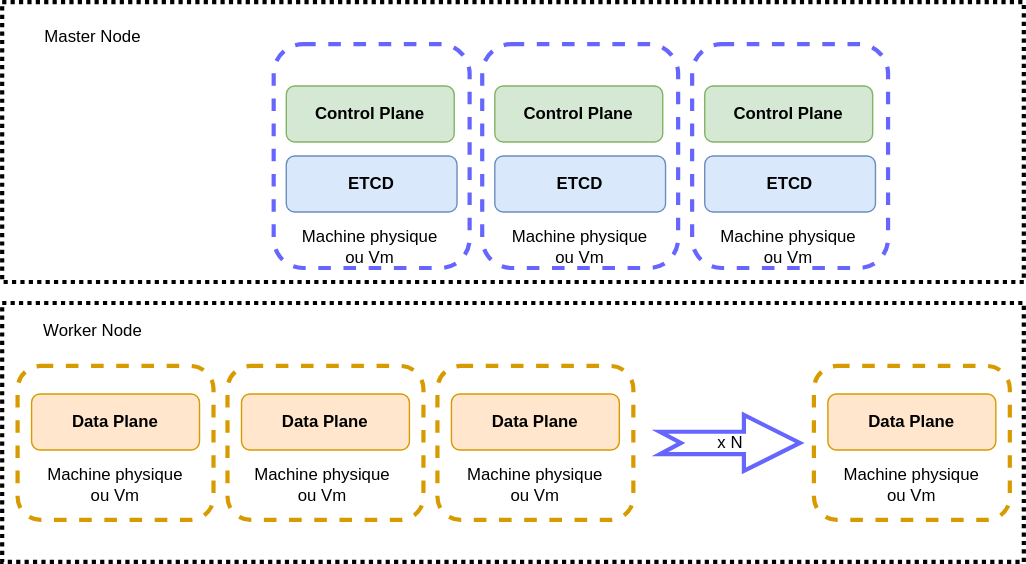
This is images/topologie-ha-K8S.drawio.svg from obeyler/Formation-K8S, a draw.io export, as it was before one commit. Source tidied: cells renumbered, new cells last; positions are measured from the earlier drawing's top-left corner, leaving out a move shared by most shapes. The source it was exported from:
```xml
<mxGraphModel>
  <root>
    <mxCell id="0" />
    <mxCell id="1" parent="0" />
    <mxCell id="2" value="&lt;b&gt;Control Plane&lt;br&gt;&lt;/b&gt;" style="rounded=1;whiteSpace=wrap;html=1;strokeColor=#82b366;fillColor=#d5e8d4;" parent="1" vertex="1">
      <mxGeometry x="203" y="60" width="120" height="40" as="geometry" />
    </mxCell>
    <mxCell id="3" value="&lt;b&gt;ETCD&lt;/b&gt;" style="rounded=1;whiteSpace=wrap;html=1;strokeColor=#6c8ebf;fillColor=#dae8fc;" parent="1" vertex="1">
      <mxGeometry x="203" y="110" width="122" height="40" as="geometry" />
    </mxCell>
    <mxCell id="4" value="&lt;b&gt;Data Plane&lt;br&gt;&lt;/b&gt;" style="rounded=1;whiteSpace=wrap;html=1;strokeColor=#d79b00;fillColor=#ffe6cc;" parent="1" vertex="1">
      <mxGeometry x="21" y="280" width="120" height="40" as="geometry" />
    </mxCell>
    <mxCell id="5" style="rounded=1;whiteSpace=wrap;html=1;dashed=1;strokeColor=#6666FF;strokeWidth=3;fillColor=none;gradientColor=#ffffff;align=center;" parent="1" vertex="1">
      <mxGeometry x="194" y="30" width="140" height="160" as="geometry" />
    </mxCell>
    <mxCell id="6" style="rounded=1;whiteSpace=wrap;html=1;dashed=1;strokeColor=#d79b00;strokeWidth=3;fillColor=none;align=left;" parent="1" vertex="1">
      <mxGeometry x="11" y="260" width="140" height="110" as="geometry" />
    </mxCell>
    <mxCell id="7" value="&lt;b&gt;Control Plane&lt;br&gt;&lt;/b&gt;" style="rounded=1;whiteSpace=wrap;html=1;strokeColor=#82b366;fillColor=#d5e8d4;" parent="1" vertex="1">
      <mxGeometry x="352" y="60" width="120" height="40" as="geometry" />
    </mxCell>
    <mxCell id="8" value="&lt;b&gt;ETCD&lt;/b&gt;" style="rounded=1;whiteSpace=wrap;html=1;strokeColor=#6c8ebf;fillColor=#dae8fc;" parent="1" vertex="1">
      <mxGeometry x="352" y="110" width="122" height="40" as="geometry" />
    </mxCell>
    <mxCell id="9" style="rounded=1;whiteSpace=wrap;html=1;dashed=1;strokeColor=#6666FF;strokeWidth=3;fillColor=none;gradientColor=#ffffff;align=left;" parent="1" vertex="1">
      <mxGeometry x="343" y="30" width="140" height="160" as="geometry" />
    </mxCell>
    <mxCell id="10" value="&lt;b&gt;Control Plane&lt;br&gt;&lt;/b&gt;" style="rounded=1;whiteSpace=wrap;html=1;strokeColor=#82b366;fillColor=#d5e8d4;" parent="1" vertex="1">
      <mxGeometry x="502" y="60" width="120" height="40" as="geometry" />
    </mxCell>
    <mxCell id="11" value="&lt;b&gt;ETCD&lt;/b&gt;" style="rounded=1;whiteSpace=wrap;html=1;strokeColor=#6c8ebf;fillColor=#dae8fc;" parent="1" vertex="1">
      <mxGeometry x="502" y="110" width="122" height="40" as="geometry" />
    </mxCell>
    <mxCell id="12" style="rounded=1;whiteSpace=wrap;html=1;dashed=1;strokeColor=#6666FF;strokeWidth=3;fillColor=none;gradientColor=#ffffff;align=left;" parent="1" vertex="1">
      <mxGeometry x="493" y="30" width="140" height="160" as="geometry" />
    </mxCell>
    <mxCell id="13" value="&lt;b&gt;Data Plane&lt;br&gt;&lt;/b&gt;" style="rounded=1;whiteSpace=wrap;html=1;strokeColor=#d79b00;fillColor=#ffe6cc;" parent="1" vertex="1">
      <mxGeometry x="171" y="280" width="120" height="40" as="geometry" />
    </mxCell>
    <mxCell id="14" style="rounded=1;whiteSpace=wrap;html=1;dashed=1;strokeColor=#d79b00;strokeWidth=3;fillColor=none;align=left;" parent="1" vertex="1">
      <mxGeometry x="161" y="260" width="140" height="110" as="geometry" />
    </mxCell>
    <mxCell id="15" value="&lt;b&gt;Data Plane&lt;br&gt;&lt;/b&gt;" style="rounded=1;whiteSpace=wrap;html=1;strokeColor=#d79b00;fillColor=#ffe6cc;" parent="1" vertex="1">
      <mxGeometry x="590" y="280" width="120" height="40" as="geometry" />
    </mxCell>
    <mxCell id="16" style="rounded=1;whiteSpace=wrap;html=1;dashed=1;strokeColor=#d79b00;strokeWidth=3;fillColor=none;align=left;" parent="1" vertex="1">
      <mxGeometry x="580" y="260" width="140" height="110" as="geometry" />
    </mxCell>
    <mxCell id="17" value="Master Node" style="text;html=1;strokeColor=none;fillColor=none;align=center;verticalAlign=middle;whiteSpace=wrap;rounded=0;dashed=1;" parent="1" vertex="1">
      <mxGeometry x="20" y="10" width="90" height="30" as="geometry" />
    </mxCell>
    <mxCell id="18" value="x N" style="html=1;shadow=0;dashed=0;align=center;verticalAlign=middle;shape=mxgraph.arrows2.arrow;dy=0.6;dx=40;notch=15;strokeColor=#6666FF;strokeWidth=3;fillColor=none;gradientColor=#ffffff;" parent="1" vertex="1">
      <mxGeometry x="470" y="295" width="100" height="40" as="geometry" />
    </mxCell>
    <mxCell id="19" value="Worker Node" style="text;html=1;strokeColor=none;fillColor=none;align=center;verticalAlign=middle;whiteSpace=wrap;rounded=0;dashed=1;" parent="1" vertex="1">
      <mxGeometry x="20" y="220" width="90" height="30" as="geometry" />
    </mxCell>
    <mxCell id="20" value="&lt;b&gt;Data Plane&lt;br&gt;&lt;/b&gt;" style="rounded=1;whiteSpace=wrap;html=1;strokeColor=#d79b00;fillColor=#ffe6cc;" parent="1" vertex="1">
      <mxGeometry x="321" y="280" width="120" height="40" as="geometry" />
    </mxCell>
    <mxCell id="21" style="rounded=1;whiteSpace=wrap;html=1;dashed=1;strokeColor=#d79b00;strokeWidth=3;fillColor=none;align=left;" parent="1" vertex="1">
      <mxGeometry x="311" y="260" width="140" height="110" as="geometry" />
    </mxCell>
    <mxCell id="22" value="Machine physique ou Vm" style="text;html=1;strokeColor=none;fillColor=none;align=center;verticalAlign=middle;whiteSpace=wrap;rounded=0;dashed=1;" parent="1" vertex="1">
      <mxGeometry x="213" y="160" width="100" height="30" as="geometry" />
    </mxCell>
    <mxCell id="23" value="Machine physique ou Vm" style="text;html=1;strokeColor=none;fillColor=none;align=center;verticalAlign=middle;whiteSpace=wrap;rounded=0;dashed=1;" parent="1" vertex="1">
      <mxGeometry x="363" y="160" width="100" height="30" as="geometry" />
    </mxCell>
    <mxCell id="24" value="Machine physique ou Vm" style="text;html=1;strokeColor=none;fillColor=none;align=center;verticalAlign=middle;whiteSpace=wrap;rounded=0;dashed=1;" parent="1" vertex="1">
      <mxGeometry x="512" y="160" width="100" height="30" as="geometry" />
    </mxCell>
    <mxCell id="25" value="Machine physique ou Vm" style="text;html=1;strokeColor=none;fillColor=none;align=center;verticalAlign=middle;whiteSpace=wrap;rounded=0;dashed=1;" parent="1" vertex="1">
      <mxGeometry x="31" y="330" width="100" height="30" as="geometry" />
    </mxCell>
    <mxCell id="26" value="Machine physique ou Vm" style="text;html=1;strokeColor=none;fillColor=none;align=center;verticalAlign=middle;whiteSpace=wrap;rounded=0;dashed=1;" parent="1" vertex="1">
      <mxGeometry x="179" y="330" width="100" height="30" as="geometry" />
    </mxCell>
    <mxCell id="27" value="Machine physique ou Vm" style="text;html=1;strokeColor=none;fillColor=none;align=center;verticalAlign=middle;whiteSpace=wrap;rounded=0;dashed=1;" parent="1" vertex="1">
      <mxGeometry x="331" y="330" width="100" height="30" as="geometry" />
    </mxCell>
    <mxCell id="28" value="Machine physique ou Vm" style="text;html=1;strokeColor=none;fillColor=none;align=center;verticalAlign=middle;whiteSpace=wrap;rounded=0;dashed=1;" parent="1" vertex="1">
      <mxGeometry x="600" y="330" width="100" height="30" as="geometry" />
    </mxCell>
    <mxCell id="29" style="rounded=0;whiteSpace=wrap;html=1;dashed=1;strokeWidth=3;align=left;dashPattern=1 1;fillColor=none;" parent="1" vertex="1">
      <mxGeometry width="730" height="200" as="geometry" />
    </mxCell>
    <mxCell id="30" style="rounded=0;whiteSpace=wrap;html=1;dashed=1;strokeWidth=3;align=left;dashPattern=1 1;fillColor=none;" parent="1" vertex="1">
      <mxGeometry y="215" width="730" height="185" as="geometry" />
    </mxCell>
  </root>
</mxGraphModel>
```
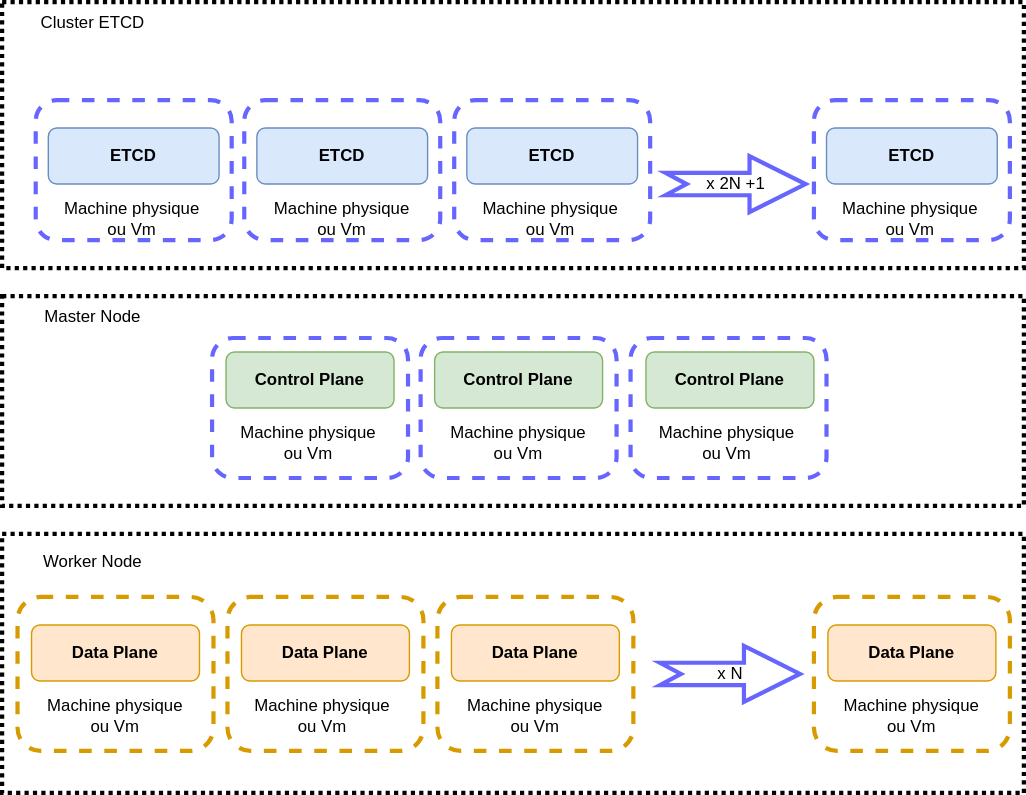
The same file after the commit.

The edit, as a diff of the source:
```diff
@@ -3,37 +3,28 @@
     <mxCell id="0" />
     <mxCell id="1" parent="0" />
     <mxCell id="2" value="&lt;b&gt;Control Plane&lt;br&gt;&lt;/b&gt;" style="rounded=1;whiteSpace=wrap;html=1;strokeColor=#82b366;fillColor=#d5e8d4;" parent="1" vertex="1">
-      <mxGeometry x="203" y="60" width="120" height="40" as="geometry" />
+      <mxGeometry x="160" y="85" width="120" height="40" as="geometry" />
     </mxCell>
-    <mxCell id="3" value="&lt;b&gt;ETCD&lt;/b&gt;" style="rounded=1;whiteSpace=wrap;html=1;strokeColor=#6c8ebf;fillColor=#dae8fc;" parent="1" vertex="1">
-      <mxGeometry x="203" y="110" width="122" height="40" as="geometry" />
-    </mxCell>
     <mxCell id="4" value="&lt;b&gt;Data Plane&lt;br&gt;&lt;/b&gt;" style="rounded=1;whiteSpace=wrap;html=1;strokeColor=#d79b00;fillColor=#ffe6cc;" parent="1" vertex="1">
       <mxGeometry x="21" y="280" width="120" height="40" as="geometry" />
     </mxCell>
     <mxCell id="5" style="rounded=1;whiteSpace=wrap;html=1;dashed=1;strokeColor=#6666FF;strokeWidth=3;fillColor=none;gradientColor=#ffffff;align=center;" parent="1" vertex="1">
-      <mxGeometry x="194" y="30" width="140" height="160" as="geometry" />
+      <mxGeometry x="150" y="75" width="140" height="100" as="geometry" />
     </mxCell>
     <mxCell id="6" style="rounded=1;whiteSpace=wrap;html=1;dashed=1;strokeColor=#d79b00;strokeWidth=3;fillColor=none;align=left;" parent="1" vertex="1">
       <mxGeometry x="11" y="260" width="140" height="110" as="geometry" />
     </mxCell>
     <mxCell id="7" value="&lt;b&gt;Control Plane&lt;br&gt;&lt;/b&gt;" style="rounded=1;whiteSpace=wrap;html=1;strokeColor=#82b366;fillColor=#d5e8d4;" parent="1" vertex="1">
-      <mxGeometry x="352" y="60" width="120" height="40" as="geometry" />
+      <mxGeometry x="309" y="85" width="120" height="40" as="geometry" />
     </mxCell>
-    <mxCell id="8" value="&lt;b&gt;ETCD&lt;/b&gt;" style="rounded=1;whiteSpace=wrap;html=1;strokeColor=#6c8ebf;fillColor=#dae8fc;" parent="1" vertex="1">
-      <mxGeometry x="352" y="110" width="122" height="40" as="geometry" />
-    </mxCell>
     <mxCell id="9" style="rounded=1;whiteSpace=wrap;html=1;dashed=1;strokeColor=#6666FF;strokeWidth=3;fillColor=none;gradientColor=#ffffff;align=left;" parent="1" vertex="1">
-      <mxGeometry x="343" y="30" width="140" height="160" as="geometry" />
+      <mxGeometry x="299" y="75" width="140" height="100" as="geometry" />
     </mxCell>
     <mxCell id="10" value="&lt;b&gt;Control Plane&lt;br&gt;&lt;/b&gt;" style="rounded=1;whiteSpace=wrap;html=1;strokeColor=#82b366;fillColor=#d5e8d4;" parent="1" vertex="1">
-      <mxGeometry x="502" y="60" width="120" height="40" as="geometry" />
+      <mxGeometry x="460" y="85" width="120" height="40" as="geometry" />
     </mxCell>
-    <mxCell id="11" value="&lt;b&gt;ETCD&lt;/b&gt;" style="rounded=1;whiteSpace=wrap;html=1;strokeColor=#6c8ebf;fillColor=#dae8fc;" parent="1" vertex="1">
-      <mxGeometry x="502" y="110" width="122" height="40" as="geometry" />
-    </mxCell>
     <mxCell id="12" style="rounded=1;whiteSpace=wrap;html=1;dashed=1;strokeColor=#6666FF;strokeWidth=3;fillColor=none;gradientColor=#ffffff;align=left;" parent="1" vertex="1">
-      <mxGeometry x="493" y="30" width="140" height="160" as="geometry" />
+      <mxGeometry x="449" y="75" width="140" height="100" as="geometry" />
     </mxCell>
     <mxCell id="13" value="&lt;b&gt;Data Plane&lt;br&gt;&lt;/b&gt;" style="rounded=1;whiteSpace=wrap;html=1;strokeColor=#d79b00;fillColor=#ffe6cc;" parent="1" vertex="1">
       <mxGeometry x="171" y="280" width="120" height="40" as="geometry" />
@@ -48,7 +39,7 @@
       <mxGeometry x="580" y="260" width="140" height="110" as="geometry" />
     </mxCell>
     <mxCell id="17" value="Master Node" style="text;html=1;strokeColor=none;fillColor=none;align=center;verticalAlign=middle;whiteSpace=wrap;rounded=0;dashed=1;" parent="1" vertex="1">
-      <mxGeometry x="20" y="10" width="90" height="30" as="geometry" />
+      <mxGeometry x="20" y="45" width="90" height="30" as="geometry" />
     </mxCell>
     <mxCell id="18" value="x N" style="html=1;shadow=0;dashed=0;align=center;verticalAlign=middle;shape=mxgraph.arrows2.arrow;dy=0.6;dx=40;notch=15;strokeColor=#6666FF;strokeWidth=3;fillColor=none;gradientColor=#ffffff;" parent="1" vertex="1">
       <mxGeometry x="470" y="295" width="100" height="40" as="geometry" />
@@ -63,13 +54,13 @@
       <mxGeometry x="311" y="260" width="140" height="110" as="geometry" />
     </mxCell>
     <mxCell id="22" value="Machine physique ou Vm" style="text;html=1;strokeColor=none;fillColor=none;align=center;verticalAlign=middle;whiteSpace=wrap;rounded=0;dashed=1;" parent="1" vertex="1">
-      <mxGeometry x="213" y="160" width="100" height="30" as="geometry" />
+      <mxGeometry x="169" y="135" width="100" height="30" as="geometry" />
     </mxCell>
     <mxCell id="23" value="Machine physique ou Vm" style="text;html=1;strokeColor=none;fillColor=none;align=center;verticalAlign=middle;whiteSpace=wrap;rounded=0;dashed=1;" parent="1" vertex="1">
-      <mxGeometry x="363" y="160" width="100" height="30" as="geometry" />
+      <mxGeometry x="319" y="135" width="100" height="30" as="geometry" />
     </mxCell>
     <mxCell id="24" value="Machine physique ou Vm" style="text;html=1;strokeColor=none;fillColor=none;align=center;verticalAlign=middle;whiteSpace=wrap;rounded=0;dashed=1;" parent="1" vertex="1">
-      <mxGeometry x="512" y="160" width="100" height="30" as="geometry" />
+      <mxGeometry x="468" y="135" width="100" height="30" as="geometry" />
     </mxCell>
     <mxCell id="25" value="Machine physique ou Vm" style="text;html=1;strokeColor=none;fillColor=none;align=center;verticalAlign=middle;whiteSpace=wrap;rounded=0;dashed=1;" parent="1" vertex="1">
       <mxGeometry x="31" y="330" width="100" height="30" as="geometry" />
@@ -84,10 +75,58 @@
       <mxGeometry x="600" y="330" width="100" height="30" as="geometry" />
     </mxCell>
     <mxCell id="29" style="rounded=0;whiteSpace=wrap;html=1;dashed=1;strokeWidth=3;align=left;dashPattern=1 1;fillColor=none;" parent="1" vertex="1">
-      <mxGeometry width="730" height="200" as="geometry" />
+      <mxGeometry y="45" width="730" height="150" as="geometry" />
     </mxCell>
     <mxCell id="30" style="rounded=0;whiteSpace=wrap;html=1;dashed=1;strokeWidth=3;align=left;dashPattern=1 1;fillColor=none;" parent="1" vertex="1">
       <mxGeometry y="215" width="730" height="185" as="geometry" />
     </mxCell>
+    <mxCell id="31" value="&lt;b&gt;ETCD&lt;/b&gt;" style="rounded=1;whiteSpace=wrap;html=1;strokeColor=#6c8ebf;fillColor=#dae8fc;" parent="1" vertex="1">
+      <mxGeometry x="33" y="-75" width="122" height="40" as="geometry" />
+    </mxCell>
+    <mxCell id="32" style="rounded=1;whiteSpace=wrap;html=1;dashed=1;strokeColor=#6666FF;strokeWidth=3;fillColor=none;gradientColor=#ffffff;align=center;" parent="1" vertex="1">
+      <mxGeometry x="24" y="-95" width="140" height="100" as="geometry" />
+    </mxCell>
+    <mxCell id="33" value="&lt;b&gt;ETCD&lt;/b&gt;" style="rounded=1;whiteSpace=wrap;html=1;strokeColor=#6c8ebf;fillColor=#dae8fc;" parent="1" vertex="1">
+      <mxGeometry x="182" y="-75" width="122" height="40" as="geometry" />
+    </mxCell>
+    <mxCell id="34" style="rounded=1;whiteSpace=wrap;html=1;dashed=1;strokeColor=#6666FF;strokeWidth=3;fillColor=none;gradientColor=#ffffff;align=left;" parent="1" vertex="1">
+      <mxGeometry x="173" y="-95" width="140" height="100" as="geometry" />
+    </mxCell>
+    <mxCell id="35" value="&lt;b&gt;ETCD&lt;/b&gt;" style="rounded=1;whiteSpace=wrap;html=1;strokeColor=#6c8ebf;fillColor=#dae8fc;" parent="1" vertex="1">
+      <mxGeometry x="332" y="-75" width="122" height="40" as="geometry" />
+    </mxCell>
+    <mxCell id="36" style="rounded=1;whiteSpace=wrap;html=1;dashed=1;strokeColor=#6666FF;strokeWidth=3;fillColor=none;gradientColor=#ffffff;align=left;" parent="1" vertex="1">
+      <mxGeometry x="323" y="-95" width="140" height="100" as="geometry" />
+    </mxCell>
+    <mxCell id="37" value="Cluster ETCD" style="text;html=1;strokeColor=none;fillColor=none;align=center;verticalAlign=middle;whiteSpace=wrap;rounded=0;dashed=1;" parent="1" vertex="1">
+      <mxGeometry x="20" y="-165" width="90" height="30" as="geometry" />
+    </mxCell>
+    <mxCell id="38" value="Machine physique ou Vm" style="text;html=1;strokeColor=none;fillColor=none;align=center;verticalAlign=middle;whiteSpace=wrap;rounded=0;dashed=1;" parent="1" vertex="1">
+      <mxGeometry x="43" y="-25" width="100" height="30" as="geometry" />
+    </mxCell>
+    <mxCell id="39" value="Machine physique ou Vm" style="text;html=1;strokeColor=none;fillColor=none;align=center;verticalAlign=middle;whiteSpace=wrap;rounded=0;dashed=1;" parent="1" vertex="1">
+      <mxGeometry x="193" y="-25" width="100" height="30" as="geometry" />
+    </mxCell>
+    <mxCell id="40" value="Machine physique ou Vm" style="text;html=1;strokeColor=none;fillColor=none;align=center;verticalAlign=middle;whiteSpace=wrap;rounded=0;dashed=1;" parent="1" vertex="1">
+      <mxGeometry x="342" y="-25" width="100" height="30" as="geometry" />
+    </mxCell>
+    <mxCell id="41" style="rounded=0;whiteSpace=wrap;html=1;dashed=1;strokeWidth=3;align=left;dashPattern=1 1;fillColor=none;" parent="1" vertex="1">
+      <mxGeometry y="-165" width="730" height="190" as="geometry" />
+    </mxCell>
+    <mxCell id="42" style="edgeStyle=none;rounded=0;orthogonalLoop=1;jettySize=auto;html=1;exitX=0.5;exitY=0;exitDx=0;exitDy=0;dashed=1;startArrow=none;startFill=0;endArrow=classic;endFill=1;strokeWidth=3;" parent="1" edge="1" source="34" target="34">
+      <mxGeometry relative="1" as="geometry" />
+    </mxCell>
+    <mxCell id="43" value="x 2N +1" style="html=1;shadow=0;dashed=0;align=center;verticalAlign=middle;shape=mxgraph.arrows2.arrow;dy=0.6;dx=40;notch=15;strokeColor=#6666FF;strokeWidth=3;fillColor=none;gradientColor=#ffffff;" parent="1" vertex="1">
+      <mxGeometry x="474" y="-55" width="100" height="40" as="geometry" />
+    </mxCell>
+    <mxCell id="44" value="&lt;b&gt;ETCD&lt;/b&gt;" style="rounded=1;whiteSpace=wrap;html=1;strokeColor=#6c8ebf;fillColor=#dae8fc;" parent="1" vertex="1">
+      <mxGeometry x="589" y="-75" width="122" height="40" as="geometry" />
+    </mxCell>
+    <mxCell id="45" style="rounded=1;whiteSpace=wrap;html=1;dashed=1;strokeColor=#6666FF;strokeWidth=3;fillColor=none;gradientColor=#ffffff;align=left;" parent="1" vertex="1">
+      <mxGeometry x="580" y="-95" width="140" height="100" as="geometry" />
+    </mxCell>
+    <mxCell id="46" value="Machine physique ou Vm" style="text;html=1;strokeColor=none;fillColor=none;align=center;verticalAlign=middle;whiteSpace=wrap;rounded=0;dashed=1;" parent="1" vertex="1">
+      <mxGeometry x="599" y="-25" width="100" height="30" as="geometry" />
+    </mxCell>
   </root>
 </mxGraphModel>
```
